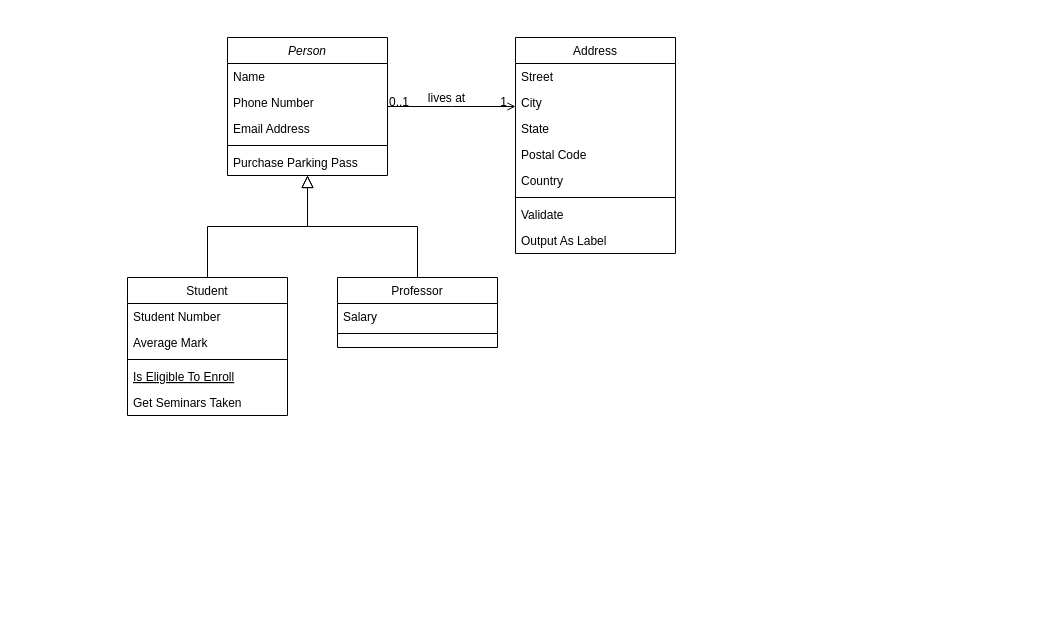
This is class diagram.drawio from AhmedButtar7/testrepo, a draw.io file, before an edit. Source tidied: cells renumbered, new cells numbered last; positions are measured from the earlier drawing's top-left corner, leaving out a move shared by most shapes. Both pictures are drawn from the tidied source at 100%, with x=0, y=0 at pixel (127, 37).
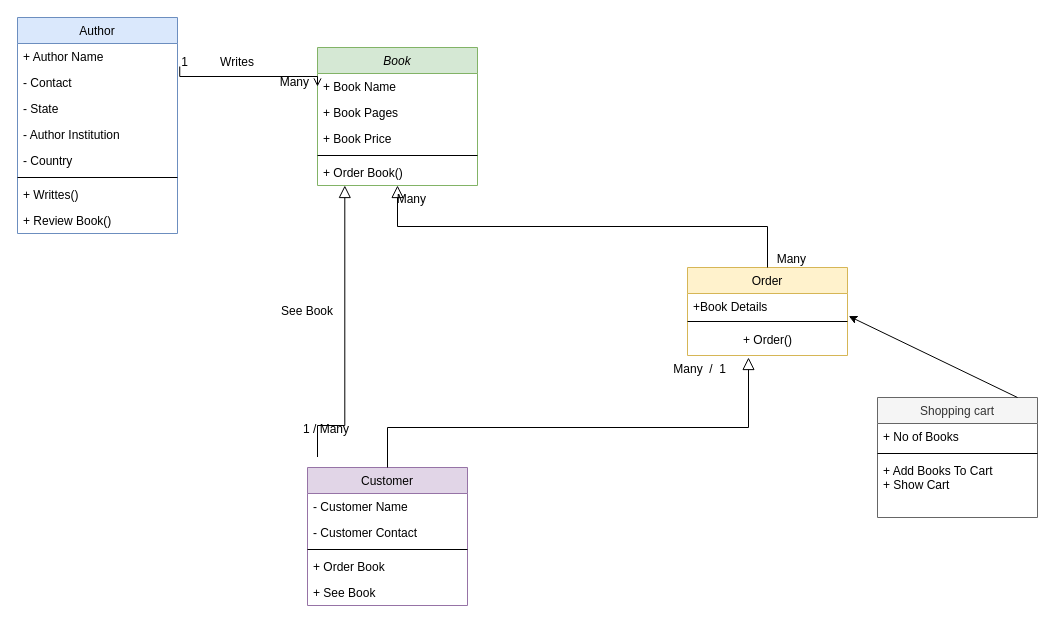
The same diagram, later.

The edit, as a diff of the source:
```diff
@@
-    <mxCell id="2" value="Person" style="swimlane;fontStyle=2;align=center;verticalAlign=top;horizontal=1;startSize=26;rounded=0;shadow=0;strokeWidth=1;" parent="1" vertex="1">
-      <mxGeometry x="100" width="160" height="138" as="geometry" />
+    <mxCell id="2" value="Book" style="swimlane;fontStyle=2;align=center;verticalAlign=top;horizontal=1;startSize=26;rounded=0;shadow=0;strokeWidth=1;fillColor=#d5e8d4;strokeColor=#82b366;" parent="1" vertex="1">
+      <mxGeometry x="190" y="10" width="160" height="138" as="geometry" />
     </mxCell>
-    <mxCell id="3" value="Name" style="text;align=left;verticalAlign=top;spacingLeft=4;spacingRight=4;overflow=hidden;points=[[0,0.5],[1,0.5]];portConstraint=eastwest;" parent="2" vertex="1">
+    <mxCell id="3" value="+ Book Name" style="text;align=left;verticalAlign=top;spacingLeft=4;spacingRight=4;overflow=hidden;points=[[0,0.5],[1,0.5]];portConstraint=eastwest;" parent="2" vertex="1">
       <mxGeometry y="26" width="160" height="26" as="geometry" />
     </mxCell>
-    <mxCell id="4" value="Phone Number" style="text;align=left;verticalAlign=top;spacingLeft=4;spacingRight=4;overflow=hidden;rounded=0;shadow=0;html=0;" parent="2" vertex="1">
+    <mxCell id="4" value="+ Book Pages" style="text;align=left;verticalAlign=top;spacingLeft=4;spacingRight=4;overflow=hidden;rounded=0;shadow=0;html=0;" parent="2" vertex="1">
       <mxGeometry y="52" width="160" height="26" as="geometry" />
     </mxCell>
-    <mxCell id="5" value="Email Address" style="text;align=left;verticalAlign=top;spacingLeft=4;spacingRight=4;overflow=hidden;rounded=0;shadow=0;html=0;" parent="2" vertex="1">
+    <mxCell id="5" value="+ Book Price" style="text;align=left;verticalAlign=top;spacingLeft=4;spacingRight=4;overflow=hidden;rounded=0;shadow=0;html=0;" parent="2" vertex="1">
       <mxGeometry y="78" width="160" height="26" as="geometry" />
     </mxCell>
@@
-    <mxCell id="7" value="Purchase Parking Pass" style="text;align=left;verticalAlign=top;spacingLeft=4;spacingRight=4;overflow=hidden;" parent="2" vertex="1">
+    <mxCell id="7" value="+ Order Book()" style="text;align=left;verticalAlign=top;spacingLeft=4;spacingRight=4;overflow=hidden;" parent="2" vertex="1">
       <mxGeometry y="112" width="160" height="26" as="geometry" />
     </mxCell>
-    <mxCell id="8" value="Student" style="swimlane;fontStyle=0;align=center;verticalAlign=top;horizontal=1;startSize=26;rounded=0;shadow=0;strokeWidth=1;" parent="1" vertex="1">
-      <mxGeometry y="240" width="160" height="138" as="geometry" />
+    <mxCell id="8" value="Customer" style="swimlane;fontStyle=0;align=center;verticalAlign=top;horizontal=1;startSize=26;rounded=0;shadow=0;strokeWidth=1;fillColor=#e1d5e7;strokeColor=#9673a6;" parent="1" vertex="1">
+      <mxGeometry x="180" y="430" width="160" height="138" as="geometry" />
     </mxCell>
-    <mxCell id="9" value="Student Number" style="text;align=left;verticalAlign=top;spacingLeft=4;spacingRight=4;overflow=hidden;" parent="8" vertex="1">
+    <mxCell id="9" value="- Customer Name" style="text;align=left;verticalAlign=top;spacingLeft=4;spacingRight=4;overflow=hidden;" parent="8" vertex="1">
       <mxGeometry y="26" width="160" height="26" as="geometry" />
     </mxCell>
-    <mxCell id="10" value="Average Mark" style="text;align=left;verticalAlign=top;spacingLeft=4;spacingRight=4;overflow=hidden;rounded=0;shadow=0;html=0;" parent="8" vertex="1">
+    <mxCell id="10" value="- Customer Contact" style="text;align=left;verticalAlign=top;spacingLeft=4;spacingRight=4;overflow=hidden;rounded=0;shadow=0;html=0;" parent="8" vertex="1">
       <mxGeometry y="52" width="160" height="26" as="geometry" />
     </mxCell>
@@
-    <mxCell id="12" value="Is Eligible To Enroll" style="text;align=left;verticalAlign=top;spacingLeft=4;spacingRight=4;overflow=hidden;fontStyle=4;" parent="8" vertex="1">
-      <mxGeometry y="86" width="160" height="26" as="geometry" />
-    </mxCell>
-    <mxCell id="13" value="Get Seminars Taken" style="text;align=left;verticalAlign=top;spacingLeft=4;spacingRight=4;overflow=hidden;" parent="8" vertex="1">
-      <mxGeometry y="112" width="160" height="26" as="geometry" />
+    <mxCell id="13" value="+ Order Book" style="text;align=left;verticalAlign=top;spacingLeft=4;spacingRight=4;overflow=hidden;" parent="8" vertex="1">
+      <mxGeometry y="86" width="160" height="26" as="geometry" />
     </mxCell>
+    <mxCell id="32" value="+ See Book" style="text;align=left;verticalAlign=top;spacingLeft=4;spacingRight=4;overflow=hidden;" parent="8" vertex="1">
+      <mxGeometry y="112" width="160" height="26" as="geometry" />
+    </mxCell>
-    <mxCell id="14" style="endArrow=block;endSize=10;endFill=0;shadow=0;strokeWidth=1;rounded=0;curved=0;edgeStyle=elbowEdgeStyle;elbow=vertical;" parent="1" edge="1" source="8" target="2">
-      <mxGeometry relative="1" as="geometry" />
+    <mxCell id="14" style="endArrow=block;endSize=10;endFill=0;shadow=0;strokeWidth=1;rounded=0;curved=0;edgeStyle=elbowEdgeStyle;elbow=vertical;" parent="1" edge="1" source="8">
+      <mxGeometry relative="1" as="geometry">
+        <mxPoint x="621" y="320" as="targetPoint" />
+        <Array as="points">
+          <mxPoint x="440" y="390" />
+        </Array>
+      </mxGeometry>
     </mxCell>
-    <mxCell id="15" value="Professor" style="swimlane;fontStyle=0;align=center;verticalAlign=top;horizontal=1;startSize=26;rounded=0;shadow=0;strokeWidth=1;" parent="1" vertex="1">
-      <mxGeometry x="210" y="240" width="160" height="70" as="geometry" />
+    <mxCell id="15" value="Order" style="swimlane;fontStyle=0;align=center;verticalAlign=top;horizontal=1;startSize=26;rounded=0;shadow=0;strokeWidth=1;fillColor=#fff2cc;strokeColor=#d6b656;" parent="1" vertex="1">
+      <mxGeometry x="560" y="230" width="160" height="88" as="geometry" />
     </mxCell>
-    <mxCell id="16" value="Salary" style="text;align=left;verticalAlign=top;spacingLeft=4;spacingRight=4;overflow=hidden;points=[[0,0.5],[1,0.5]];portConstraint=eastwest;" parent="15" vertex="1">
-      <mxGeometry y="26" width="160" height="26" as="geometry" />
+    <mxCell id="16" value="+Book Details" style="text;align=left;verticalAlign=top;spacingLeft=4;spacingRight=4;overflow=hidden;points=[[0,0.5],[1,0.5]];portConstraint=eastwest;" parent="15" vertex="1">
+      <mxGeometry y="26" width="160" height="24" as="geometry" />
     </mxCell>
     <mxCell id="17" style="line;html=1;strokeWidth=1;align=left;verticalAlign=middle;spacingTop=-1;spacingLeft=3;spacingRight=3;labelPosition=right;" parent="15" vertex="1">
-      <mxGeometry y="52" width="160" height="8" as="geometry" />
+      <mxGeometry y="50" width="160" height="8" as="geometry" />
     </mxCell>
+    <mxCell id="33" value="+ Order()" style="text;html=1;align=center;verticalAlign=middle;strokeColor=none;fillColor=none;" parent="15" vertex="1">
+      <mxGeometry y="58" width="160" height="30" as="geometry" />
+    </mxCell>
@@
-    <mxCell id="19" value="Address" style="swimlane;fontStyle=0;align=center;verticalAlign=top;horizontal=1;startSize=26;rounded=0;shadow=0;strokeWidth=1;" parent="1" vertex="1">
-      <mxGeometry x="388" width="160" height="216" as="geometry" />
+    <mxCell id="19" value="Author" style="swimlane;fontStyle=0;align=center;verticalAlign=top;horizontal=1;startSize=26;rounded=0;shadow=0;strokeWidth=1;fillColor=#dae8fc;strokeColor=#6c8ebf;" parent="1" vertex="1">
+      <mxGeometry x="-110" y="-20" width="160" height="216" as="geometry" />
     </mxCell>
-    <mxCell id="20" value="Street" style="text;align=left;verticalAlign=top;spacingLeft=4;spacingRight=4;overflow=hidden;" parent="19" vertex="1">
+    <mxCell id="20" value="+ Author Name" style="text;align=left;verticalAlign=top;spacingLeft=4;spacingRight=4;overflow=hidden;" parent="19" vertex="1">
       <mxGeometry y="26" width="160" height="26" as="geometry" />
     </mxCell>
-    <mxCell id="21" value="City" style="text;align=left;verticalAlign=top;spacingLeft=4;spacingRight=4;overflow=hidden;points=[[0,0.5],[1,0.5]];portConstraint=eastwest;rounded=0;shadow=0;html=0;" parent="19" vertex="1">
+    <mxCell id="21" value="- Contact" style="text;align=left;verticalAlign=top;spacingLeft=4;spacingRight=4;overflow=hidden;points=[[0,0.5],[1,0.5]];portConstraint=eastwest;rounded=0;shadow=0;html=0;" parent="19" vertex="1">
       <mxGeometry y="52" width="160" height="26" as="geometry" />
     </mxCell>
-    <mxCell id="22" value="State" style="text;align=left;verticalAlign=top;spacingLeft=4;spacingRight=4;overflow=hidden;rounded=0;shadow=0;html=0;" parent="19" vertex="1">
+    <mxCell id="22" value="- State" style="text;align=left;verticalAlign=top;spacingLeft=4;spacingRight=4;overflow=hidden;rounded=0;shadow=0;html=0;" parent="19" vertex="1">
       <mxGeometry y="78" width="160" height="26" as="geometry" />
     </mxCell>
-    <mxCell id="23" value="Postal Code" style="text;align=left;verticalAlign=top;spacingLeft=4;spacingRight=4;overflow=hidden;rounded=0;shadow=0;html=0;" parent="19" vertex="1">
+    <mxCell id="23" value="- Author Institution" style="text;align=left;verticalAlign=top;spacingLeft=4;spacingRight=4;overflow=hidden;rounded=0;shadow=0;html=0;" parent="19" vertex="1">
       <mxGeometry y="104" width="160" height="26" as="geometry" />
     </mxCell>
-    <mxCell id="24" value="Country" style="text;align=left;verticalAlign=top;spacingLeft=4;spacingRight=4;overflow=hidden;rounded=0;shadow=0;html=0;" parent="19" vertex="1">
+    <mxCell id="24" value="- Country" style="text;align=left;verticalAlign=top;spacingLeft=4;spacingRight=4;overflow=hidden;rounded=0;shadow=0;html=0;" parent="19" vertex="1">
       <mxGeometry y="130" width="160" height="26" as="geometry" />
     </mxCell>
@@
-    <mxCell id="26" value="Validate" style="text;align=left;verticalAlign=top;spacingLeft=4;spacingRight=4;overflow=hidden;" parent="19" vertex="1">
+    <mxCell id="26" value="+ Writtes()" style="text;align=left;verticalAlign=top;spacingLeft=4;spacingRight=4;overflow=hidden;" parent="19" vertex="1">
       <mxGeometry y="164" width="160" height="26" as="geometry" />
     </mxCell>
-    <mxCell id="27" value="Output As Label" style="text;align=left;verticalAlign=top;spacingLeft=4;spacingRight=4;overflow=hidden;" parent="19" vertex="1">
+    <mxCell id="27" value="+ Review Book()" style="text;align=left;verticalAlign=top;spacingLeft=4;spacingRight=4;overflow=hidden;" parent="19" vertex="1">
       <mxGeometry y="190" width="160" height="26" as="geometry" />
     </mxCell>
-    <mxCell id="28" style="endArrow=open;shadow=0;strokeWidth=1;rounded=0;curved=0;endFill=1;edgeStyle=elbowEdgeStyle;elbow=vertical;" parent="1" edge="1" source="2" target="19">
+    <mxCell id="28" style="endArrow=open;shadow=0;strokeWidth=1;rounded=0;curved=0;endFill=1;edgeStyle=elbowEdgeStyle;elbow=vertical;exitX=1.014;exitY=-0.115;exitDx=0;exitDy=0;exitPerimeter=0;entryX=0;entryY=0.5;entryDx=0;entryDy=0;" parent="1" edge="1" source="21" target="3">
       <mxGeometry x="0.5" y="41" relative="1" as="geometry">
         <mxPoint x="-40" y="32" as="offset" />
       </mxGeometry>
     </mxCell>
-    <mxCell id="29" value="0..1" style="align=left;verticalAlign=bottom;labelBackgroundColor=none;fontSize=12;" parent="28" vertex="1">
+    <mxCell id="29" value="1" style="align=left;verticalAlign=bottom;labelBackgroundColor=none;fontSize=12;" parent="28" vertex="1">
       <mxGeometry x="-1" relative="1" as="geometry">
         <mxPoint y="4" as="offset" />
       </mxGeometry>
     </mxCell>
-    <mxCell id="30" value="1" style="align=right;verticalAlign=bottom;labelBackgroundColor=none;fontSize=12;" parent="28" vertex="1">
+    <mxCell id="30" value="Many" style="align=right;verticalAlign=bottom;labelBackgroundColor=none;fontSize=12;" parent="28" vertex="1">
       <mxGeometry x="1" relative="1" as="geometry">
         <mxPoint x="-7" y="4" as="offset" />
       </mxGeometry>
     </mxCell>
-    <mxCell id="31" value="lives at" style="text;html=1;align=center;verticalAlign=middle;labelBackgroundColor=none;rounded=0;shadow=0;strokeWidth=1;fontSize=12;" parent="28" vertex="1">
-      <mxGeometry x="0.5" y="49" relative="1" as="geometry">
-        <mxPoint x="-38" y="40" as="offset" />
-      </mxGeometry>
-    </mxCell>
+    <mxCell id="34" value="Shopping cart" style="swimlane;fontStyle=0;align=center;verticalAlign=top;horizontal=1;startSize=26;rounded=0;shadow=0;strokeWidth=1;fillColor=#f5f5f5;fontColor=#333333;strokeColor=#666666;" parent="1" vertex="1">
+      <mxGeometry x="750" y="360" width="160" height="120" as="geometry" />
+    </mxCell>
+    <mxCell id="35" value="+ No of Books" style="text;align=left;verticalAlign=top;spacingLeft=4;spacingRight=4;overflow=hidden;" parent="34" vertex="1">
+      <mxGeometry y="26" width="160" height="26" as="geometry" />
+    </mxCell>
+    <mxCell id="36" style="line;html=1;strokeWidth=1;align=left;verticalAlign=middle;spacingTop=-1;spacingLeft=3;spacingRight=3;labelPosition=right;" parent="34" vertex="1">
+      <mxGeometry y="52" width="160" height="8" as="geometry" />
+    </mxCell>
+    <mxCell id="37" value="+ Add Books To Cart&lt;div&gt;+ Show Cart&lt;/div&gt;" style="text;strokeColor=none;fillColor=none;align=left;verticalAlign=top;spacingLeft=4;spacingRight=4;overflow=hidden;whiteSpace=wrap;html=1;" parent="34" vertex="1">
+      <mxGeometry y="60" width="160" height="60" as="geometry" />
+    </mxCell>
+    <mxCell id="38" value="Writes" style="text;html=1;align=center;verticalAlign=middle;whiteSpace=wrap;rounded=0;" parent="1" vertex="1">
+      <mxGeometry x="80" y="10" width="60" height="30" as="geometry" />
+    </mxCell>
+    <mxCell id="39" style="endArrow=classic;html=1;rounded=0;entryX=1.008;entryY=0.943;entryDx=0;entryDy=0;entryPerimeter=0;" parent="1" edge="1" target="16">
+      <mxGeometry relative="1" as="geometry">
+        <mxPoint x="890" y="360" as="sourcePoint" />
+      </mxGeometry>
+    </mxCell>
+    <mxCell id="40" value="Many" style="align=right;verticalAlign=bottom;labelBackgroundColor=none;fontSize=12;" parent="1" vertex="1">
+      <mxGeometry x="300" y="170" as="geometry" />
+    </mxCell>
+    <mxCell id="41" value="Many" style="align=right;verticalAlign=bottom;labelBackgroundColor=none;fontSize=12;" parent="1" vertex="1">
+      <mxGeometry x="680" y="230" as="geometry" />
+    </mxCell>
+    <mxCell id="42" value="Many  /  1" style="align=right;verticalAlign=bottom;labelBackgroundColor=none;fontSize=12;" parent="1" vertex="1">
+      <mxGeometry x="600" y="340" as="geometry" />
+    </mxCell>
+    <mxCell id="43" value="1 / Many" style="align=right;verticalAlign=bottom;labelBackgroundColor=none;fontSize=12;" parent="1" vertex="1">
+      <mxGeometry x="223" y="400" as="geometry" />
+    </mxCell>
+    <mxCell id="44" style="endArrow=block;endSize=10;endFill=0;shadow=0;strokeWidth=1;rounded=0;curved=0;edgeStyle=elbowEdgeStyle;elbow=vertical;exitX=0.392;exitY=0.011;exitDx=0;exitDy=0;exitPerimeter=0;" parent="1" edge="1">
+      <mxGeometry relative="1" as="geometry">
+        <mxPoint x="190" y="419.5" as="sourcePoint" />
+        <mxPoint x="217.3" y="148" as="targetPoint" />
+        <Array as="points">
+          <mxPoint x="397.3" y="388" />
+        </Array>
+      </mxGeometry>
+    </mxCell>
+    <mxCell id="45" value="See Book" style="text;html=1;align=center;verticalAlign=middle;whiteSpace=wrap;rounded=0;" parent="1" vertex="1">
+      <mxGeometry x="150" y="259" width="60" height="30" as="geometry" />
+    </mxCell>
```
